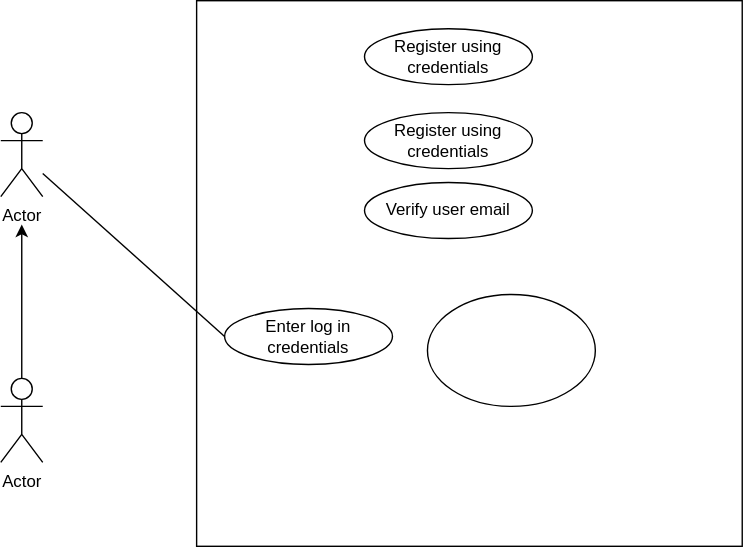
The draw.io diagram Untitled Diagram.drawio.svg in Simamkele88/IFM3_GP, before a commit. Source tidied: cells renumbered, new cells last; positions are measured from the earlier drawing's top-left corner, leaving out a move shared by most shapes.
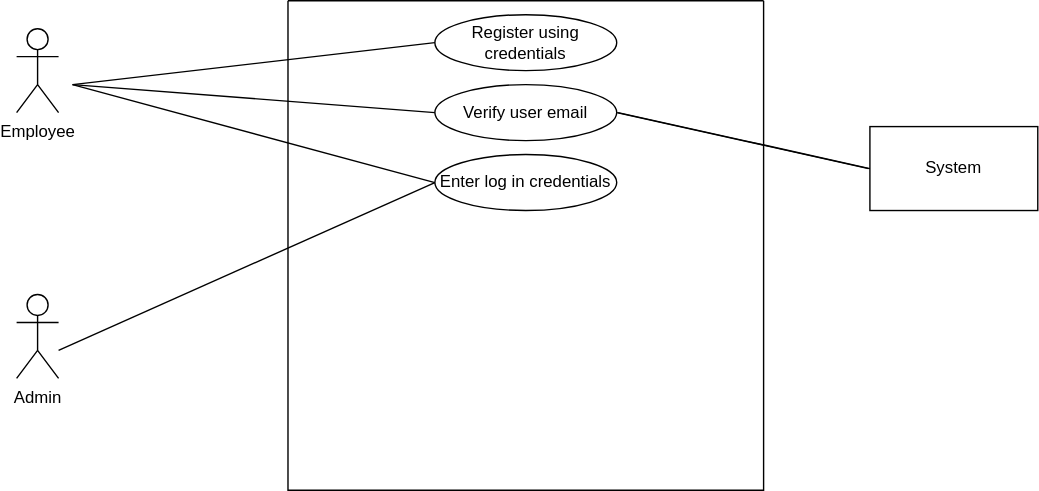
After the commit.

The edit, as a diff of the source:
```diff
@@ -2,37 +2,67 @@
   <root>
     <mxCell id="0" />
     <mxCell id="1" parent="0" />
-    <mxCell id="2" style="whiteSpace=wrap;html=1;" parent="1" vertex="1">
-      <mxGeometry x="140" width="390" height="390" as="geometry" />
-    </mxCell>
-    <mxCell id="3" value="Verify user email" style="ellipse;whiteSpace=wrap;html=1;" parent="1" vertex="1">
-      <mxGeometry x="260" y="130" width="120" height="40" as="geometry" />
-    </mxCell>
-    <mxCell id="4" value="Enter log in credentials" style="ellipse;whiteSpace=wrap;html=1;" parent="1" vertex="1">
-      <mxGeometry x="160" y="220" width="120" height="40" as="geometry" />
-    </mxCell>
-    <mxCell id="5" style="ellipse;whiteSpace=wrap;html=1;" parent="1" vertex="1">
-      <mxGeometry x="305" y="210" width="120" height="80" as="geometry" />
-    </mxCell>
-    <mxCell id="6" value="Actor" style="shape=umlActor;verticalLabelPosition=bottom;verticalAlign=top;html=1;outlineConnect=0;" parent="1" vertex="1">
+    <mxCell id="6" value="Employee" style="shape=umlActor;verticalLabelPosition=bottom;verticalAlign=top;html=1;outlineConnect=0;" parent="1" vertex="1">
       <mxGeometry y="80" width="30" height="60" as="geometry" />
     </mxCell>
-    <mxCell id="7" value="Actor" style="shape=umlActor;verticalLabelPosition=bottom;verticalAlign=top;html=1;outlineConnect=0;" parent="1" vertex="1">
+    <mxCell id="7" value="Admin" style="shape=umlActor;verticalLabelPosition=bottom;verticalAlign=top;html=1;outlineConnect=0;" parent="1" vertex="1">
       <mxGeometry y="270" width="30" height="60" as="geometry" />
     </mxCell>
-    <mxCell id="8" style="endArrow=none;html=1;rounded=0;entryX=0;entryY=0.5;entryDx=0;entryDy=0;" parent="1" edge="1" source="6" target="4">
-      <mxGeometry relative="1" as="geometry" />
-    </mxCell>
-    <mxCell id="9" style="endArrow=classic;html=1;rounded=0;exitX=0.5;exitY=0;exitDx=0;exitDy=0;exitPerimeter=0;" parent="1" edge="1" source="7">
-      <mxGeometry relative="1" as="geometry">
-        <mxPoint x="15" y="160" as="targetPoint" />
-      </mxGeometry>
-    </mxCell>
+    <mxCell id="12" value="System" style="rounded=0;whiteSpace=wrap;html=1;" parent="1" vertex="1">
+      <mxGeometry x="610" y="150" width="120" height="60" as="geometry" />
+    </mxCell>
+    <mxCell id="13" style="swimlane;startSize=0;" parent="1" vertex="1">
+      <mxGeometry x="194" y="60" width="340" height="350" as="geometry" />
+    </mxCell>
+    <mxCell id="4" value="Enter log in credentials" style="ellipse;whiteSpace=wrap;html=1;strokeColor=default;align=center;verticalAlign=middle;fontFamily=Helvetica;fontSize=12;fontColor=default;fillColor=default;" parent="13" vertex="1">
+      <mxGeometry x="105" y="110" width="130" height="40" as="geometry" />
+    </mxCell>
+    <mxCell id="3" value="Verify user email" style="ellipse;whiteSpace=wrap;html=1;strokeColor=default;align=center;verticalAlign=middle;fontFamily=Helvetica;fontSize=12;fontColor=default;fillColor=default;" parent="13" vertex="1">
+      <mxGeometry x="105" y="60" width="130" height="40" as="geometry" />
+    </mxCell>
-    <mxCell id="10" value="Register using credentials" style="ellipse;whiteSpace=wrap;html=1;" parent="1" vertex="1">
-      <mxGeometry x="260" y="20" width="120" height="40" as="geometry" />
+    <mxCell id="10" value="Register using credentials" style="ellipse;whiteSpace=wrap;html=1;" parent="13" vertex="1">
+      <mxGeometry x="105" y="10" width="130" height="40" as="geometry" />
     </mxCell>
-    <mxCell id="11" value="Register using credentials" style="ellipse;whiteSpace=wrap;html=1;" parent="1" vertex="1">
-      <mxGeometry x="260" y="80" width="120" height="40" as="geometry" />
-    </mxCell>
+    <mxCell id="14" style="endArrow=none;html=1;rounded=0;" parent="13" edge="1">
+      <mxGeometry relative="1" as="geometry">
+        <mxPoint x="235" y="80" as="sourcePoint" />
+        <mxPoint x="415" y="120" as="targetPoint" />
+        <Array as="points">
+          <mxPoint x="325" y="100" />
+        </Array>
+      </mxGeometry>
+    </mxCell>
+    <mxCell id="15" style="endArrow=none;html=1;rounded=0;" parent="13" edge="1">
+      <mxGeometry relative="1" as="geometry">
+        <mxPoint x="-154" y="60" as="sourcePoint" />
+        <mxPoint x="105" y="80" as="targetPoint" />
+      </mxGeometry>
+    </mxCell>
+    <mxCell id="16" style="endArrow=none;html=1;rounded=0;entryX=0;entryY=0.5;entryDx=0;entryDy=0;" parent="1" edge="1" target="4">
+      <mxGeometry relative="1" as="geometry">
+        <mxPoint x="30" y="310" as="sourcePoint" />
+      </mxGeometry>
+    </mxCell>
+    <mxCell id="17" style="endArrow=none;html=1;rounded=0;" parent="1" edge="1">
+      <mxGeometry relative="1" as="geometry">
+        <mxPoint x="430" y="140" as="sourcePoint" />
+        <mxPoint x="610" y="180" as="targetPoint" />
+        <Array as="points">
+          <mxPoint x="520" y="160" />
+        </Array>
+      </mxGeometry>
+    </mxCell>
+    <mxCell id="18" style="endArrow=none;html=1;rounded=0;entryX=0;entryY=0.5;entryDx=0;entryDy=0;" parent="1" edge="1">
+      <mxGeometry relative="1" as="geometry">
+        <mxPoint x="40" y="120" as="sourcePoint" />
+        <mxPoint x="299" y="190" as="targetPoint" />
+      </mxGeometry>
+    </mxCell>
+    <mxCell id="19" style="endArrow=none;html=1;rounded=0;" parent="1" edge="1">
+      <mxGeometry relative="1" as="geometry">
+        <mxPoint x="40" y="120" as="sourcePoint" />
+        <mxPoint x="299" y="90" as="targetPoint" />
+      </mxGeometry>
+    </mxCell>
   </root>
 </mxGraphModel>
```
